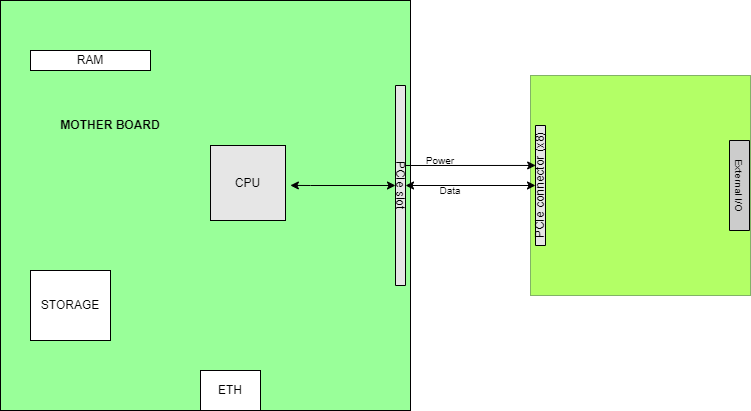
belanasaikiran/FlowCharts keeps this draw.io diagram as Motherboard Integration.drawio.png. Above is the earlier version. Source tidied: cells renumbered, new cells last; positions are measured from the earlier drawing's top-left corner, leaving out a move shared by most shapes.
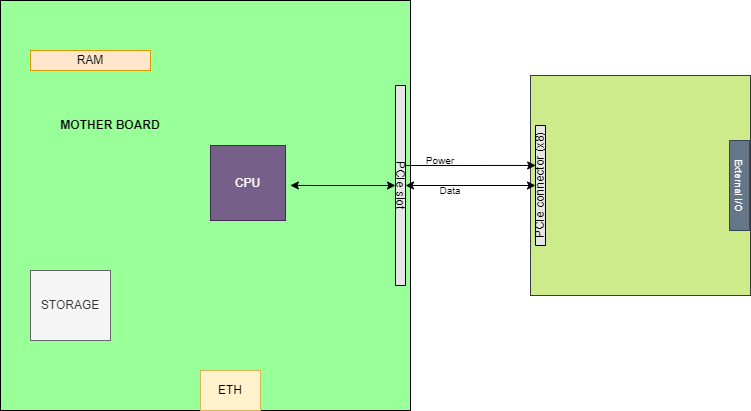
Later version of the same file.

Diff of the diagram source:
```diff
@@ -5,13 +5,13 @@
     <mxCell id="2" style="whiteSpace=wrap;html=1;fillColor=#99FF99;" parent="1" vertex="1">
       <mxGeometry width="410" height="410" as="geometry" />
     </mxCell>
-    <mxCell id="3" value="CPU" style="whiteSpace=wrap;html=1;fillColor=#E6E6E6;" parent="1" vertex="1">
+    <mxCell id="3" value="CPU" style="whiteSpace=wrap;html=1;fillColor=#76608a;strokeColor=#432D57;fontColor=#ffffff;" parent="1" vertex="1">
       <mxGeometry x="210" y="145" width="75" height="75" as="geometry" />
     </mxCell>
     <mxCell id="4" value="PCIe slot" style="rounded=0;whiteSpace=wrap;html=1;fillColor=#E6E6E6;direction=west;rotation=90;" parent="1" vertex="1">
       <mxGeometry x="300" y="180" width="200" height="10" as="geometry" />
     </mxCell>
-    <mxCell id="5" style="whiteSpace=wrap;html=1;fillColor=#B3FF66;strokeColor=#82b366;" parent="1" vertex="1">
+    <mxCell id="5" style="whiteSpace=wrap;html=1;fillColor=#cdeb8b;strokeColor=#36393d;" parent="1" vertex="1">
       <mxGeometry x="530" y="75" width="220" height="220" as="geometry" />
     </mxCell>
     <mxCell id="6" value="PCIe connector (x8)" style="rounded=0;whiteSpace=wrap;html=1;fillColor=#e6e6e6;rotation=-90;" parent="1" vertex="1">
@@ -29,7 +29,7 @@
     <mxCell id="10" value="Data" style="text;html=1;strokeColor=none;fillColor=none;align=center;verticalAlign=middle;whiteSpace=wrap;rounded=0;shadow=0;fontSize=10;" parent="1" vertex="1">
       <mxGeometry x="420" y="175" width="60" height="30" as="geometry" />
     </mxCell>
-    <mxCell id="11" value="External I/O" style="rounded=0;whiteSpace=wrap;html=1;shadow=0;fontSize=10;fillColor=#CCCCCC;rotation=90;" parent="1" vertex="1">
+    <mxCell id="11" value="External I/O" style="rounded=0;whiteSpace=wrap;html=1;shadow=0;fontSize=10;fillColor=#647687;rotation=90;fontColor=#ffffff;strokeColor=#314354;" parent="1" vertex="1">
       <mxGeometry x="694" y="175" width="90" height="20" as="geometry" />
     </mxCell>
     <mxCell id="12" style="endArrow=classic;startArrow=classic;html=1;rounded=0;fontSize=10;entryX=0.5;entryY=0;entryDx=0;entryDy=0;exitX=0.707;exitY=0.451;exitDx=0;exitDy=0;exitPerimeter=0;" parent="1" edge="1" source="2" target="4">
@@ -39,13 +39,13 @@
         </Array>
       </mxGeometry>
     </mxCell>
-    <mxCell id="13" value="RAM" style="rounded=0;whiteSpace=wrap;html=1;" parent="1" vertex="1">
+    <mxCell id="13" value="RAM" style="rounded=0;whiteSpace=wrap;html=1;fillColor=#ffe6cc;strokeColor=#d79b00;" parent="1" vertex="1">
       <mxGeometry x="30" y="50" width="120" height="20" as="geometry" />
     </mxCell>
-    <mxCell id="14" value="STORAGE&lt;br&gt;" style="rounded=0;whiteSpace=wrap;html=1;" parent="1" vertex="1">
+    <mxCell id="14" value="STORAGE&lt;br&gt;" style="rounded=0;whiteSpace=wrap;html=1;fillColor=#f5f5f5;fontColor=#333333;strokeColor=#666666;" parent="1" vertex="1">
       <mxGeometry x="30" y="270" width="80" height="70" as="geometry" />
     </mxCell>
-    <mxCell id="15" value="ETH" style="rounded=0;whiteSpace=wrap;html=1;" parent="1" vertex="1">
+    <mxCell id="15" value="ETH" style="rounded=0;whiteSpace=wrap;html=1;fillColor=#fff2cc;strokeColor=#d6b656;" parent="1" vertex="1">
       <mxGeometry x="200" y="370" width="60" height="40" as="geometry" />
     </mxCell>
     <mxCell id="16" value="MOTHER BOARD" style="text;html=1;strokeColor=none;fillColor=none;align=center;verticalAlign=middle;whiteSpace=wrap;rounded=0;fontStyle=1;" parent="1" vertex="1">
```
